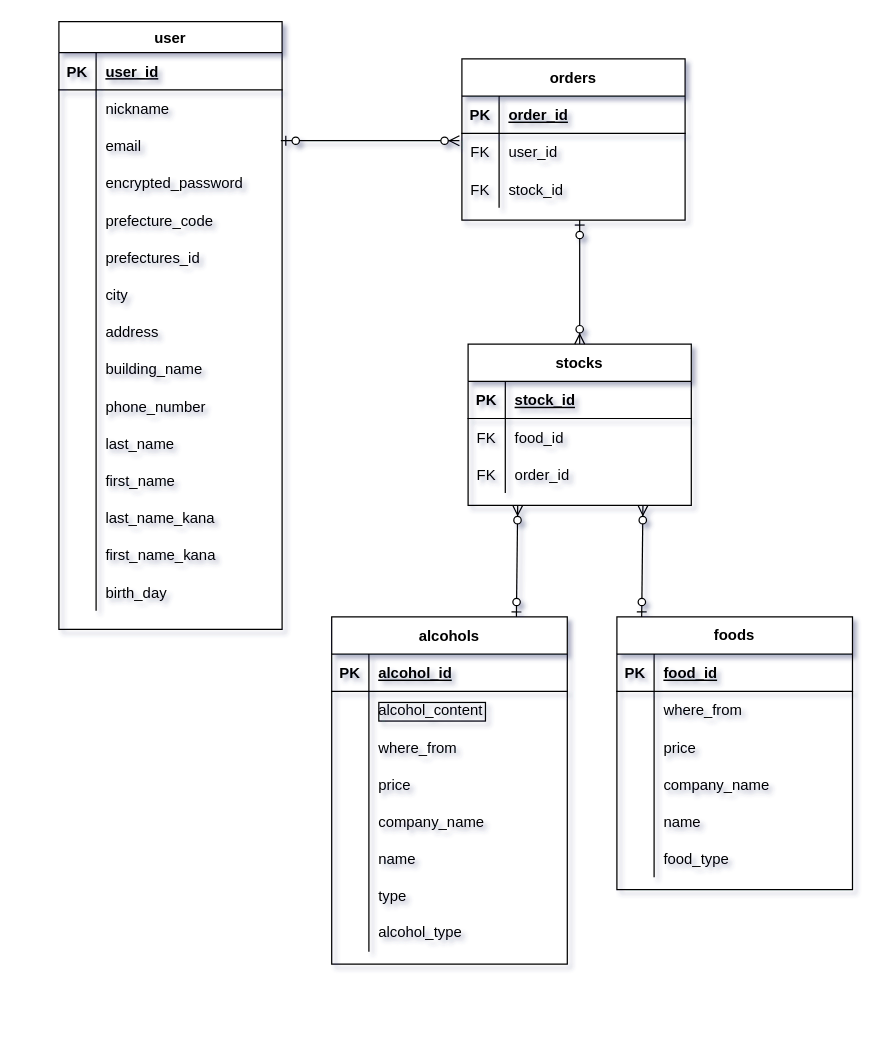
Before: vending-choices.dio in pyontarou/vending-choices, a draw.io diagram. Source tidied: cells renumbered, new cells numbered last; positions are measured from the earlier drawing's top-left corner, leaving out a move shared by most shapes. Both pictures are drawn from the tidied source at 124%, with x=0, y=0 at pixel (21, 21).
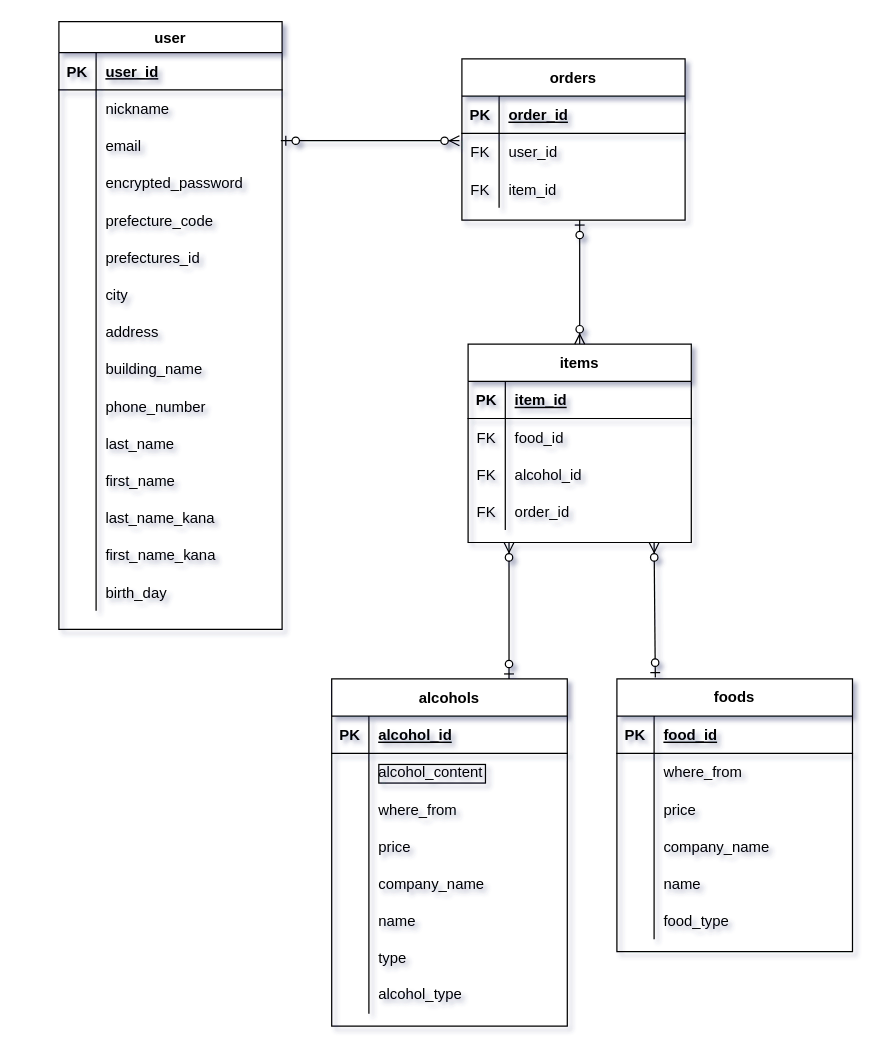
Above is the later version.

Commit message (it also covers changes not shown here):
DB設計の修正

The change refers to these unchanged cells:
```xml
<mxCell id="35" style="shape=partialRectangle;fillColor=none;top=0;left=0;bottom=0;right=0;" parent="28" vertex="1">
  <mxGeometry y="90" width="180" height="30" as="geometry" />
</mxCell>
<mxCell id="87" style="shape=partialRectangle;fillColor=none;top=0;left=0;bottom=1;right=0;" parent="86" vertex="1">
  <mxGeometry y="30" width="180" height="30" as="geometry" />
</mxCell>
<mxCell id="93" style="shape=partialRectangle;fillColor=none;top=0;left=0;bottom=0;right=0;" parent="86" vertex="1">
  <mxGeometry y="90" width="180" height="30" as="geometry" />
</mxCell>
```

Change to the diagram source:
```diff
@@
     <mxCell id="2" value="alcohols" style="shape=table;startSize=30;childLayout=tableLayout;rowLines=0;fontStyle=1;align=center;" parent="1" vertex="1">
-      <mxGeometry x="250" y="480" width="190" height="280" as="geometry" />
+      <mxGeometry x="250" y="530" width="190" height="280" as="geometry" />
     </mxCell>
@@
-    <mxCell id="27" style="fontSize=12;html=1;endArrow=ERzeroToMany;startArrow=ERzeroToOne;exitX=0.784;exitY=0;exitDx=0;exitDy=0;exitPerimeter=0;" parent="2" edge="1" source="2">
-      <mxGeometry relative="1" as="geometry">
-        <mxPoint x="150" y="-90" as="targetPoint" />
-      </mxGeometry>
-    </mxCell>
@@
-    <mxCell id="37" value="stock_id" style="shape=partialRectangle;fillColor=none;top=0;left=0;bottom=0;right=0;align=left;spacingLeft=6;overflow=hidden;" parent="35" vertex="1">
+    <mxCell id="37" value="item_id" style="shape=partialRectangle;fillColor=none;top=0;left=0;bottom=0;right=0;align=left;spacingLeft=6;overflow=hidden;" parent="35" vertex="1">
       <mxGeometry x="30" width="150" height="30" as="geometry" />
     </mxCell>
@@
-    <mxCell id="86" value="stocks" style="shape=table;startSize=30;childLayout=tableLayout;rowLines=0;fontStyle=1;align=center;" parent="1" vertex="1">
-      <mxGeometry x="360" y="260" width="180" height="130" as="geometry" />
+    <mxCell id="86" value="items" style="shape=table;startSize=30;childLayout=tableLayout;rowLines=0;fontStyle=1;align=center;" parent="1" vertex="1">
+      <mxGeometry x="360" y="260" width="180" height="160" as="geometry" />
     </mxCell>
@@
-    <mxCell id="89" value="stock_id" style="shape=partialRectangle;fillColor=none;top=0;left=0;bottom=0;right=0;align=left;spacingLeft=6;fontStyle=5;overflow=hidden;" parent="87" vertex="1">
+    <mxCell id="89" value="item_id" style="shape=partialRectangle;fillColor=none;top=0;left=0;bottom=0;right=0;align=left;spacingLeft=6;fontStyle=5;overflow=hidden;" parent="87" vertex="1">
       <mxGeometry x="30" width="150" height="30" as="geometry" />
     </mxCell>
@@
-    <mxCell id="95" value="order_id" style="shape=partialRectangle;fillColor=none;top=0;left=0;bottom=0;right=0;align=left;spacingLeft=6;overflow=hidden;" parent="93" vertex="1">
+    <mxCell id="95" value="alcohol_id" style="shape=partialRectangle;fillColor=none;top=0;left=0;bottom=0;right=0;align=left;spacingLeft=6;overflow=hidden;" parent="93" vertex="1">
       <mxGeometry x="30" width="150" height="30" as="geometry" />
     </mxCell>
+    <mxCell id="118" style="shape=partialRectangle;fillColor=none;top=0;left=0;bottom=0;right=0;" parent="86" vertex="1">
+      <mxGeometry y="120" width="180" height="30" as="geometry" />
+    </mxCell>
+    <mxCell id="119" value="FK" style="shape=partialRectangle;fillColor=none;top=0;left=0;bottom=0;right=0;overflow=hidden;" parent="118" vertex="1">
+      <mxGeometry width="30" height="30" as="geometry" />
+    </mxCell>
+    <mxCell id="120" value="order_id" style="shape=partialRectangle;fillColor=none;top=0;left=0;bottom=0;right=0;align=left;spacingLeft=6;overflow=hidden;" parent="118" vertex="1">
+      <mxGeometry x="30" width="150" height="30" as="geometry" />
+    </mxCell>
     <mxCell id="96" value="foods" style="shape=table;startSize=30;childLayout=tableLayout;rowLines=0;fontStyle=1;align=center;whiteSpace=wrap;" parent="1" vertex="1">
-      <mxGeometry x="480" y="480" width="190" height="220" as="geometry" />
+      <mxGeometry x="480" y="530" width="190" height="220" as="geometry" />
     </mxCell>
@@
-    <mxCell id="117" style="fontSize=12;html=1;endArrow=ERzeroToMany;startArrow=ERzeroToOne;exitX=0.784;exitY=0;exitDx=0;exitDy=0;exitPerimeter=0;" parent="1" edge="1">
+    <mxCell id="117" style="fontSize=12;html=1;endArrow=ERzeroToMany;startArrow=ERzeroToOne;exitX=0.163;exitY=-0.005;exitDx=0;exitDy=0;exitPerimeter=0;" parent="1" edge="1" source="96">
       <mxGeometry relative="1" as="geometry">
-        <mxPoint x="500" y="480" as="sourcePoint" />
-        <mxPoint x="501" y="390" as="targetPoint" />
+        <mxPoint x="510" y="420" as="targetPoint" />
       </mxGeometry>
     </mxCell>
+    <mxCell id="27" style="fontSize=12;html=1;endArrow=ERzeroToMany;startArrow=ERzeroToOne;" parent="1" edge="1">
+      <mxGeometry relative="1" as="geometry">
+        <mxPoint x="393" y="530" as="sourcePoint" />
+        <mxPoint x="393" y="420" as="targetPoint" />
+      </mxGeometry>
+    </mxCell>
```
